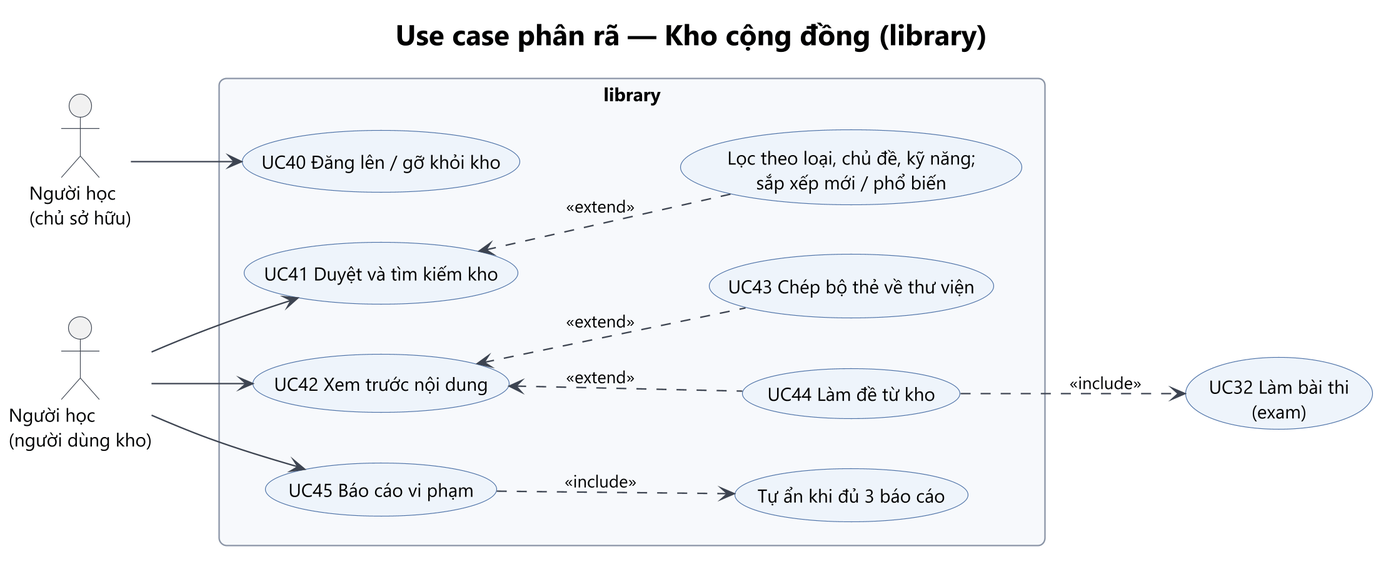
Before: Analysis_Design/02_UseCase/uc-05-library.png, a diagram exported from PlantUML (Ac-2836/WebDev-FinalProject-LinMaster).
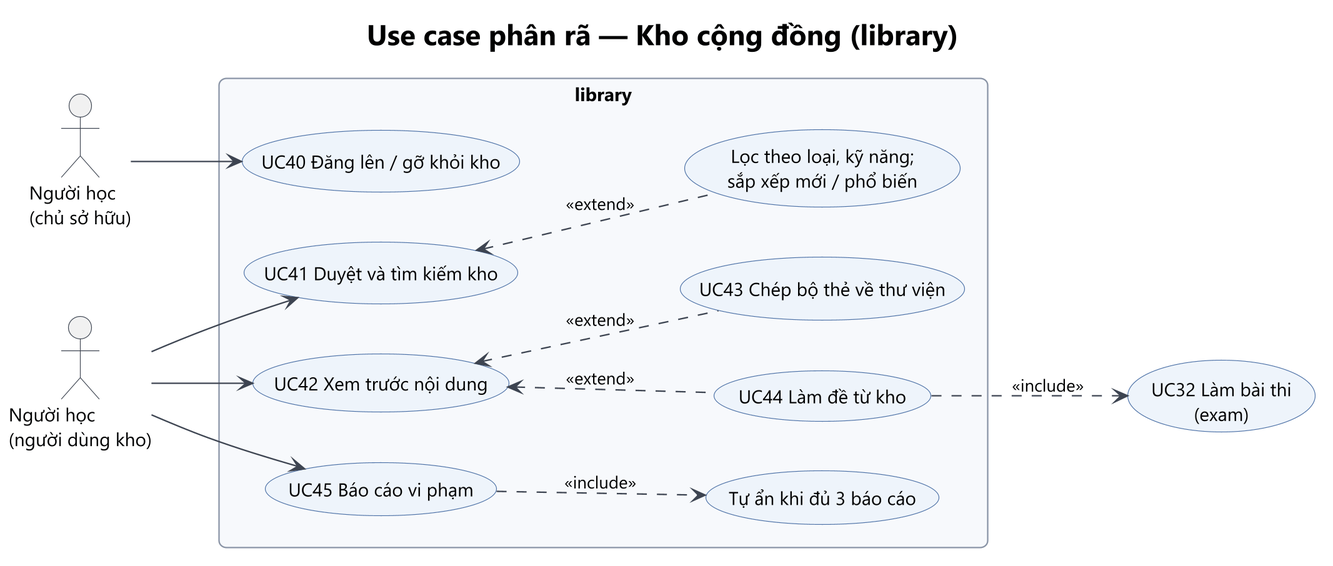
Above is the later version.

The edit, as a diff of the source:
```diff
@@ -7,7 +7,7 @@
 rectangle "library" {
   usecase "UC40 Đăng lên / gỡ khỏi kho" as UC40
   usecase "UC41 Duyệt và tìm kiếm kho" as UC41
-  usecase "Lọc theo loại, chủ đề, kỹ năng;\nsắp xếp mới / phổ biến" as FILTER
+  usecase "Lọc theo loại, kỹ năng;\nsắp xếp mới / phổ biến" as FILTER
   usecase "UC42 Xem trước nội dung" as UC42
   usecase "UC43 Chép bộ thẻ về thư viện" as UC43
   usecase "UC44 Làm đề từ kho" as UC44
```
